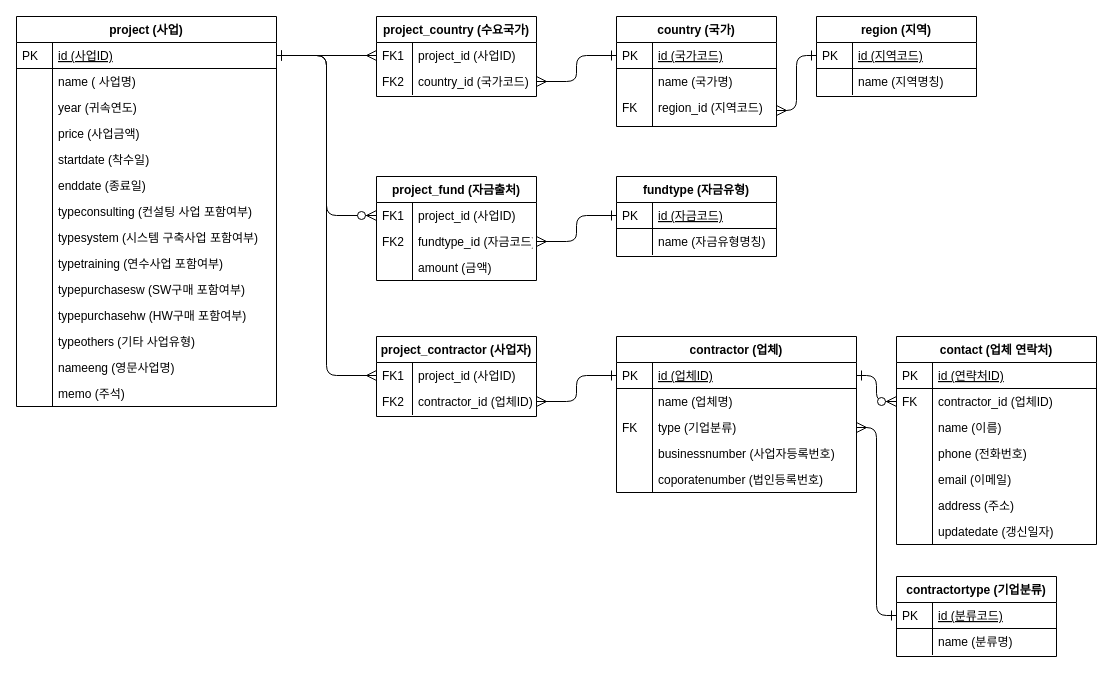
ssj1977/egovexport keeps this draw.io diagram as db/egovexport_DB_ERD.drawio. Above is the earlier version. Source tidied: cells renumbered, new cells numbered last; positions are measured from the earlier drawing's top-left corner, leaving out a move shared by most shapes. Both pictures are drawn from the tidied source at 100%, with x=0, y=0 at pixel (16, 16).
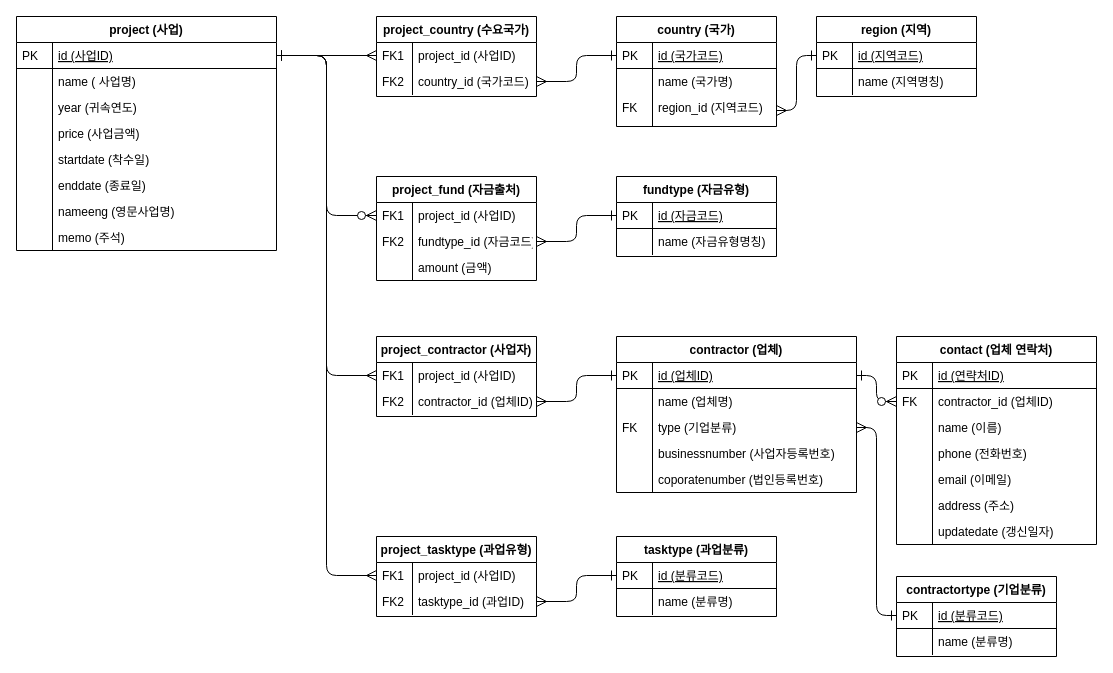
The same page after the edit.

Commit message (it also covers changes not shown here):
Added 'tasktype' / removed 'type____' flags

Unchanged cells that the change refers to:
```xml
<mxCell id="12" value="id (사업ID)" style="shape=partialRectangle;top=0;left=0;right=0;bottom=1;align=left;verticalAlign=top;fillColor=none;spacingLeft=40;spacingRight=4;overflow=hidden;points=[[0,0.5],[1,0.5]];portConstraint=eastwest;rounded=0;shadow=0;strokeWidth=1;fontStyle=4;" parent="11" vertex="1">
  <mxGeometry y="26" width="260" height="26" as="geometry" />
</mxCell>
```

What changed in the source:
```diff
@@
     <mxCell id="11" value="project (사업)" style="swimlane;fontStyle=1;horizontal=1;startSize=26;rounded=0;shadow=0;strokeWidth=1;" parent="1" vertex="1">
-      <mxGeometry width="260" height="390" as="geometry" />
+      <mxGeometry width="260" height="234" as="geometry" />
     </mxCell>
@@
-    <mxCell id="24" value="typeconsulting (컨설팅 사업 포함여부)" style="shape=partialRectangle;top=0;left=0;right=0;bottom=0;align=left;verticalAlign=top;fillColor=none;spacingLeft=40;spacingRight=4;overflow=hidden;rounded=0;shadow=0;strokeWidth=1;" parent="11" vertex="1">
-      <mxGeometry y="182" width="260" height="26" as="geometry" />
-    </mxCell>
-    <mxCell id="25" style="shape=partialRectangle;top=0;left=0;bottom=0;fillColor=none;align=left;verticalAlign=top;spacingLeft=4;spacingRight=4;overflow=hidden;" parent="24" vertex="1">
-      <mxGeometry width="36" height="26" as="geometry" />
-    </mxCell>
-    <mxCell id="26" value="typesystem (시스템 구축사업 포함여부)" style="shape=partialRectangle;top=0;left=0;right=0;bottom=0;align=left;verticalAlign=top;fillColor=none;spacingLeft=40;spacingRight=4;overflow=hidden;rounded=0;shadow=0;strokeWidth=1;" parent="11" vertex="1">
-      <mxGeometry y="208" width="260" height="26" as="geometry" />
-    </mxCell>
-    <mxCell id="27" style="shape=partialRectangle;top=0;left=0;bottom=0;fillColor=none;align=left;verticalAlign=top;spacingLeft=4;spacingRight=4;overflow=hidden;" parent="26" vertex="1">
-      <mxGeometry width="36" height="26" as="geometry" />
-    </mxCell>
-    <mxCell id="28" value="typetraining (연수사업 포함여부)" style="shape=partialRectangle;top=0;left=0;right=0;bottom=0;align=left;verticalAlign=top;fillColor=none;spacingLeft=40;spacingRight=4;overflow=hidden;rounded=0;shadow=0;strokeWidth=1;" parent="11" vertex="1">
-      <mxGeometry y="234" width="260" height="26" as="geometry" />
-    </mxCell>
-    <mxCell id="29" style="shape=partialRectangle;top=0;left=0;bottom=0;fillColor=none;align=left;verticalAlign=top;spacingLeft=4;spacingRight=4;overflow=hidden;" parent="28" vertex="1">
-      <mxGeometry width="36" height="26" as="geometry" />
-    </mxCell>
-    <mxCell id="30" value="typepurchasesw (SW구매 포함여부)&#10;" style="shape=partialRectangle;top=0;left=0;right=0;bottom=0;align=left;verticalAlign=top;fillColor=none;spacingLeft=40;spacingRight=4;overflow=hidden;rounded=0;shadow=0;strokeWidth=1;" parent="11" vertex="1">
-      <mxGeometry y="260" width="260" height="26" as="geometry" />
-    </mxCell>
-    <mxCell id="31" style="shape=partialRectangle;top=0;left=0;bottom=0;fillColor=none;align=left;verticalAlign=top;spacingLeft=4;spacingRight=4;overflow=hidden;" parent="30" vertex="1">
-      <mxGeometry width="36" height="26" as="geometry" />
-    </mxCell>
-    <mxCell id="32" value="typepurchasehw (HW구매 포함여부)" style="shape=partialRectangle;top=0;left=0;right=0;bottom=0;align=left;verticalAlign=top;fillColor=none;spacingLeft=40;spacingRight=4;overflow=hidden;rounded=0;shadow=0;strokeWidth=1;" parent="11" vertex="1">
-      <mxGeometry y="286" width="260" height="26" as="geometry" />
-    </mxCell>
-    <mxCell id="33" style="shape=partialRectangle;top=0;left=0;bottom=0;fillColor=none;align=left;verticalAlign=top;spacingLeft=4;spacingRight=4;overflow=hidden;" parent="32" vertex="1">
-      <mxGeometry width="36" height="26" as="geometry" />
-    </mxCell>
-    <mxCell id="34" value="typeothers (기타 사업유형)" style="shape=partialRectangle;top=0;left=0;right=0;bottom=0;align=left;verticalAlign=top;fillColor=none;spacingLeft=40;spacingRight=4;overflow=hidden;rounded=0;shadow=0;strokeWidth=1;" parent="11" vertex="1">
-      <mxGeometry y="312" width="260" height="26" as="geometry" />
-    </mxCell>
-    <mxCell id="35" style="shape=partialRectangle;top=0;left=0;bottom=0;fillColor=none;align=left;verticalAlign=top;spacingLeft=4;spacingRight=4;overflow=hidden;" parent="34" vertex="1">
-      <mxGeometry width="36" height="26" as="geometry" />
-    </mxCell>
     <mxCell id="36" value="nameeng (영문사업명)" style="shape=partialRectangle;top=0;left=0;right=0;bottom=0;align=left;verticalAlign=top;fillColor=none;spacingLeft=40;spacingRight=4;overflow=hidden;rounded=0;shadow=0;strokeWidth=1;" parent="11" vertex="1">
-      <mxGeometry y="338" width="260" height="26" as="geometry" />
+      <mxGeometry y="182" width="260" height="26" as="geometry" />
     </mxCell>
@@
     <mxCell id="38" value="memo (주석)" style="shape=partialRectangle;top=0;left=0;right=0;bottom=0;align=left;verticalAlign=top;fillColor=none;spacingLeft=40;spacingRight=4;overflow=hidden;rounded=0;shadow=0;strokeWidth=1;" parent="11" vertex="1">
-      <mxGeometry y="364" width="260" height="26" as="geometry" />
+      <mxGeometry y="208" width="260" height="26" as="geometry" />
     </mxCell>
@@
+    <mxCell id="105" value="project_tasktype (과업유형)" style="swimlane;fontStyle=1;horizontal=1;startSize=26;rounded=0;shadow=0;strokeWidth=1;" parent="1" vertex="1">
+      <mxGeometry x="360" y="520" width="160" height="80" as="geometry" />
+    </mxCell>
+    <mxCell id="106" value="project_id (사업ID)&#10;" style="shape=partialRectangle;top=0;left=0;right=0;bottom=1;align=left;verticalAlign=top;fillColor=none;spacingLeft=40;spacingRight=4;overflow=hidden;points=[[0,0.5],[1,0.5]];portConstraint=eastwest;rounded=0;shadow=0;strokeWidth=1;fontStyle=0;strokeColor=none;" parent="105" vertex="1">
+      <mxGeometry y="26" width="160" height="26" as="geometry" />
+    </mxCell>
+    <mxCell id="107" value="FK1" style="shape=partialRectangle;top=0;left=0;bottom=0;fillColor=none;align=left;verticalAlign=top;spacingLeft=4;spacingRight=4;overflow=hidden;" parent="106" vertex="1">
+      <mxGeometry width="36" height="26" as="geometry" />
+    </mxCell>
+    <mxCell id="108" value="tasktype_id (과업ID)&#10;" style="shape=partialRectangle;top=0;left=0;right=0;bottom=0;align=left;verticalAlign=top;fillColor=none;spacingLeft=40;spacingRight=4;overflow=hidden;points=[[0,0.5],[1,0.5]];portConstraint=eastwest;rounded=0;shadow=0;strokeWidth=1;" parent="105" vertex="1">
+      <mxGeometry y="52" width="160" height="26" as="geometry" />
+    </mxCell>
+    <mxCell id="109" value="FK2" style="shape=partialRectangle;top=0;left=0;bottom=0;fillColor=none;align=left;verticalAlign=top;spacingLeft=4;spacingRight=4;overflow=hidden;" parent="108" vertex="1">
+      <mxGeometry width="36" height="26" as="geometry" />
+    </mxCell>
+    <mxCell id="110" style="edgeStyle=orthogonalEdgeStyle;endArrow=ERmany;startArrow=ERone;shadow=0;strokeWidth=1;endSize=8;startSize=8;startFill=0;endFill=0;exitX=1;exitY=0.5;exitDx=0;exitDy=0;entryX=0;entryY=0.5;entryDx=0;entryDy=0;" parent="1" edge="1" source="12" target="106">
+      <mxGeometry relative="1" as="geometry" />
+    </mxCell>
+    <mxCell id="111" style="edgeStyle=orthogonalEdgeStyle;endArrow=ERmany;startArrow=ERone;shadow=0;strokeWidth=1;endSize=8;startSize=8;exitX=0;exitY=0.5;exitDx=0;exitDy=0;startFill=0;endFill=0;" parent="1" edge="1" source="113" target="108">
+      <mxGeometry relative="1" as="geometry" />
+    </mxCell>
+    <mxCell id="112" value="tasktype (과업분류)" style="swimlane;fontStyle=1;horizontal=1;startSize=26;rounded=0;shadow=0;strokeWidth=1;" parent="1" vertex="1">
+      <mxGeometry x="600" y="520" width="160" height="80" as="geometry" />
+    </mxCell>
+    <mxCell id="113" value="id (분류코드)" style="shape=partialRectangle;top=0;left=0;right=0;bottom=1;align=left;verticalAlign=top;fillColor=none;spacingLeft=40;spacingRight=4;overflow=hidden;points=[[0,0.5],[1,0.5]];portConstraint=eastwest;rounded=0;shadow=0;strokeWidth=1;fontStyle=4;" parent="112" vertex="1">
+      <mxGeometry y="26" width="160" height="26" as="geometry" />
+    </mxCell>
+    <mxCell id="114" value="PK" style="shape=partialRectangle;top=0;left=0;bottom=0;fillColor=none;align=left;verticalAlign=top;spacingLeft=4;spacingRight=4;overflow=hidden;" parent="113" vertex="1">
+      <mxGeometry width="36" height="26" as="geometry" />
+    </mxCell>
+    <mxCell id="115" value="name (분류명)" style="shape=partialRectangle;top=0;left=0;right=0;bottom=0;align=left;verticalAlign=top;fillColor=none;spacingLeft=40;spacingRight=4;overflow=hidden;rounded=0;shadow=0;strokeWidth=1;" parent="112" vertex="1">
+      <mxGeometry y="52" width="160" height="26" as="geometry" />
+    </mxCell>
+    <mxCell id="116" style="shape=partialRectangle;top=0;left=0;bottom=0;fillColor=none;align=left;verticalAlign=top;spacingLeft=4;spacingRight=4;overflow=hidden;" parent="115" vertex="1">
+      <mxGeometry width="36" height="26" as="geometry" />
+    </mxCell>
```
